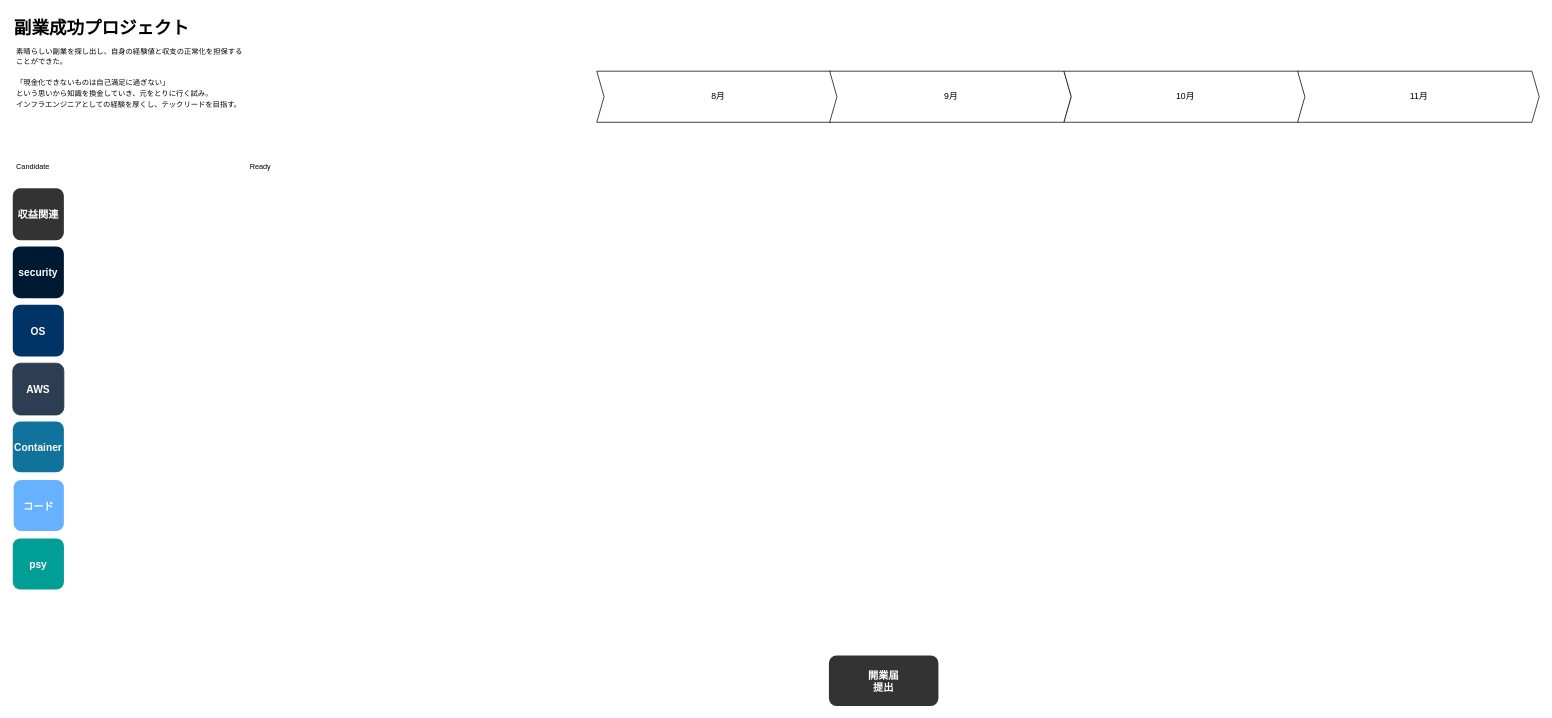
Above: page "2024year" (2 of 3) of life/life_202408.drawio in minegishirei/draw_v1 (draw.io), before the change. Source tidied: cells renumbered, new cells numbered last; positions are measured from the earlier drawing's top-left corner, leaving out a move shared by most shapes. Both pictures are drawn from the tidied source at 73%, with x=0, y=0 at pixel (12, 12).
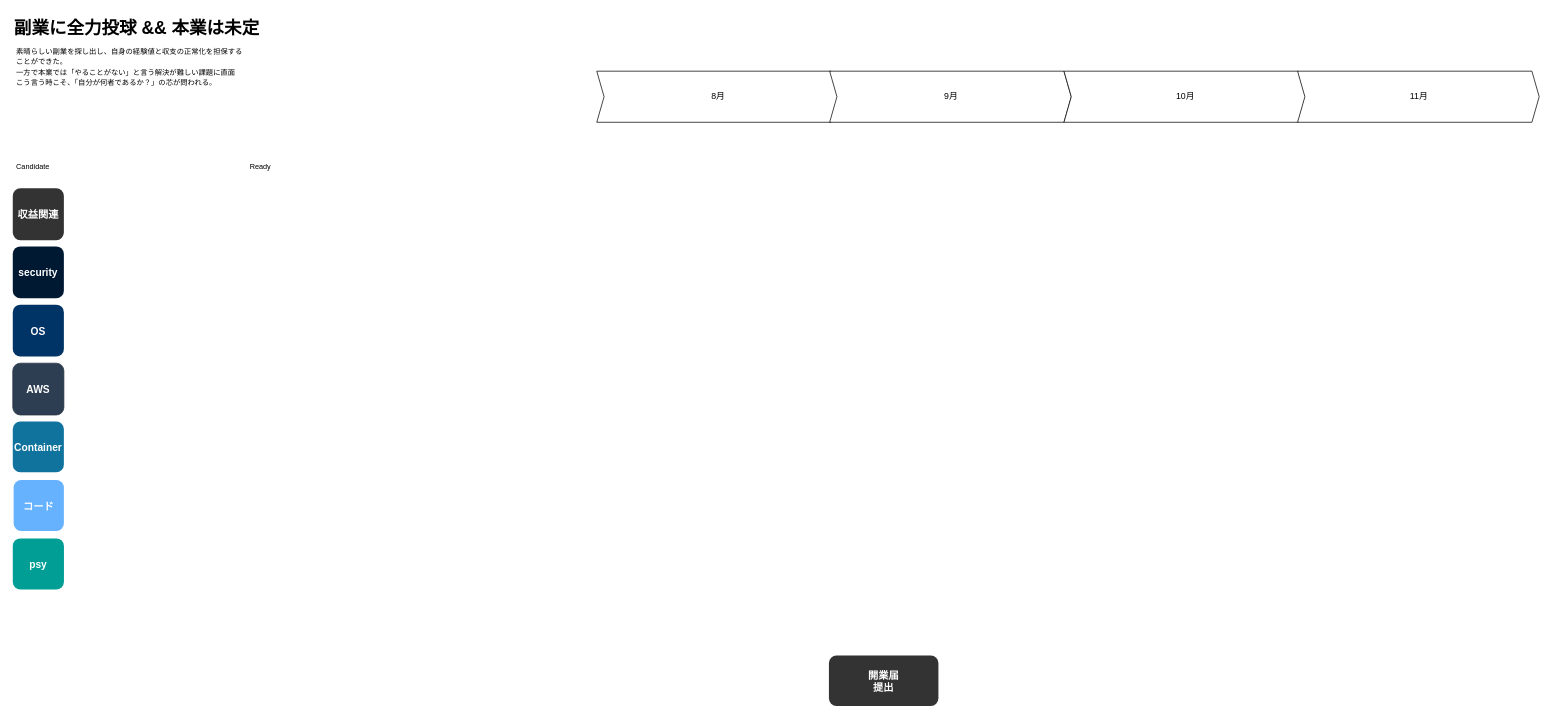
The same diagram, later.

Diff of the diagram source:
```diff
@@
 <mxGraphModel>
   <root>
     <mxCell id="0" />
     <mxCell id="1" parent="0" />
     <mxCell id="2" value="8月" style="html=1;shadow=0;dashed=0;align=center;verticalAlign=middle;shape=mxgraph.arrows2.arrow;dy=0;dx=10;notch=10;" parent="1" vertex="1">
       <mxGeometry x="800" y="80" width="331" height="70" as="geometry" />
     </mxCell>
     <mxCell id="3" value="9月" style="html=1;shadow=0;dashed=0;align=center;verticalAlign=middle;shape=mxgraph.arrows2.arrow;dy=0;dx=10;notch=10;" parent="1" vertex="1">
       <mxGeometry x="1119" y="80" width="331" height="70" as="geometry" />
     </mxCell>
     <mxCell id="4" value="10月" style="html=1;shadow=0;dashed=0;align=center;verticalAlign=middle;shape=mxgraph.arrows2.arrow;dy=0;dx=10;notch=10;" parent="1" vertex="1">
       <mxGeometry x="1440" y="80" width="331" height="70" as="geometry" />
     </mxCell>
     <mxCell id="5" value="11月" style="html=1;shadow=0;dashed=0;align=center;verticalAlign=middle;shape=mxgraph.arrows2.arrow;dy=0;dx=10;notch=10;" parent="1" vertex="1">
       <mxGeometry x="1760" y="80" width="331" height="70" as="geometry" />
     </mxCell>
     <mxCell id="6" value="Container" style="rounded=1;fillColor=#10739E;strokeColor=none;shadow=0;gradientColor=none;fontStyle=1;fontColor=#FFFFFF;fontSize=14;" parent="1" vertex="1">
       <mxGeometry y="560" width="70" height="69.5" as="geometry" />
     </mxCell>
-    <mxCell id="7" value="&lt;h1&gt;&lt;/h1&gt;&lt;span style=&quot;background-color: initial;&quot;&gt;&lt;div style=&quot;&quot;&gt;&lt;font size=&quot;1&quot;&gt;素晴らしい副業を探し出し、自身の経験値と収支の正常化を担保することができた。&lt;/font&gt;&lt;/div&gt;&lt;div style=&quot;&quot;&gt;&lt;font size=&quot;1&quot;&gt;&lt;br&gt;&lt;/font&gt;&lt;/div&gt;&lt;div style=&quot;&quot;&gt;&lt;span style=&quot;font-size: x-small; background-color: initial;&quot;&gt;「現金化できないものは自己満足に過ぎない」&lt;/span&gt;&lt;/div&gt;&lt;div style=&quot;&quot;&gt;&lt;span style=&quot;font-size: x-small; background-color: initial;&quot;&gt;という思いから&lt;/span&gt;&lt;span style=&quot;font-size: x-small; background-color: initial;&quot;&gt;知識を換金していき、元をとりに行く試み。&lt;/span&gt;&lt;/div&gt;&lt;div style=&quot;&quot;&gt;&lt;span style=&quot;font-size: x-small; background-color: initial;&quot;&gt;インフラエンジニアとしての経験を厚くし、テックリードを目指す。&lt;/span&gt;&lt;/div&gt;&lt;div style=&quot;&quot;&gt;&lt;span style=&quot;font-size: x-small; background-color: initial;&quot;&gt;&lt;br&gt;&lt;/span&gt;&lt;/div&gt;&lt;div style=&quot;&quot;&gt;&lt;span style=&quot;font-size: x-small; background-color: initial;&quot;&gt;&lt;br&gt;&lt;/span&gt;&lt;/div&gt;&lt;/span&gt;" style="text;html=1;strokeColor=none;fillColor=none;spacing=5;spacingTop=-20;whiteSpace=wrap;overflow=hidden;rounded=0;shadow=0;" parent="1" vertex="1">
+    <mxCell id="7" value="&lt;h1&gt;&lt;/h1&gt;&lt;span style=&quot;background-color: initial;&quot;&gt;&lt;div style=&quot;&quot;&gt;&lt;font size=&quot;1&quot;&gt;素晴らしい副業を探し出し、自身の経験値と収支の正常化を担保することができた。&lt;/font&gt;&lt;/div&gt;&lt;div style=&quot;&quot;&gt;&lt;font size=&quot;1&quot;&gt;一方で本業では「やることがない」と言う解決が難しい課題に直面&lt;/font&gt;&lt;/div&gt;&lt;div style=&quot;&quot;&gt;&lt;span style=&quot;font-size: x-small; background-color: initial;&quot;&gt;こう言う時こそ、「自分が何者であるか？」の芯が問われる。&lt;/span&gt;&lt;/div&gt;&lt;div style=&quot;&quot;&gt;&lt;span style=&quot;font-size: x-small; background-color: initial;&quot;&gt;&lt;br&gt;&lt;/span&gt;&lt;/div&gt;&lt;div style=&quot;&quot;&gt;&lt;span style=&quot;font-size: x-small; background-color: initial;&quot;&gt;&lt;br&gt;&lt;/span&gt;&lt;/div&gt;&lt;div style=&quot;&quot;&gt;&lt;span style=&quot;font-size: x-small; background-color: initial;&quot;&gt;&lt;br&gt;&lt;/span&gt;&lt;/div&gt;&lt;/span&gt;" style="text;html=1;strokeColor=none;fillColor=none;spacing=5;spacingTop=-20;whiteSpace=wrap;overflow=hidden;rounded=0;shadow=0;" parent="1" vertex="1">
       <mxGeometry y="40" width="320" height="130" as="geometry" />
     </mxCell>
-    <mxCell id="8" value="&lt;h1 style=&quot;margin-top: 0px;&quot;&gt;副業成功プロジェクト&lt;/h1&gt;" style="text;html=1;whiteSpace=wrap;overflow=hidden;rounded=0;" parent="1" vertex="1">
+    <mxCell id="8" value="&lt;h1 style=&quot;margin-top: 0px;&quot;&gt;副業に全力投球 &amp;amp;&amp;amp; 本業は未定&lt;/h1&gt;" style="text;html=1;whiteSpace=wrap;overflow=hidden;rounded=0;" parent="1" vertex="1">
       <mxGeometry width="760" height="40" as="geometry" />
     </mxCell>
     <mxCell id="9" value="psy" style="rounded=1;fillColor=#019E95;strokeColor=none;shadow=0;gradientColor=none;fontStyle=1;fontColor=#FFFFFF;fontSize=14;" parent="1" vertex="1">
       <mxGeometry y="720" width="70.1" height="70" as="geometry" />
     </mxCell>
     <mxCell id="10" value="&lt;h1&gt;&lt;/h1&gt;&lt;span style=&quot;background-color: initial;&quot;&gt;&lt;div style=&quot;&quot;&gt;&lt;font size=&quot;1&quot;&gt;Ready&lt;/font&gt;&lt;/div&gt;&lt;/span&gt;" style="text;html=1;strokeColor=none;fillColor=none;spacing=5;spacingTop=-20;whiteSpace=wrap;overflow=hidden;rounded=0;shadow=0;" parent="1" vertex="1">
       <mxGeometry x="320" y="198" width="320" height="41" as="geometry" />
     </mxCell>
     <mxCell id="11" value="&lt;h1&gt;&lt;/h1&gt;&lt;span style=&quot;background-color: initial;&quot;&gt;&lt;div style=&quot;&quot;&gt;&lt;font size=&quot;1&quot;&gt;Candidate&lt;/font&gt;&lt;/div&gt;&lt;/span&gt;" style="text;html=1;strokeColor=none;fillColor=none;spacing=5;spacingTop=-20;whiteSpace=wrap;overflow=hidden;rounded=0;shadow=0;" parent="1" vertex="1">
       <mxGeometry y="198" width="320" height="41" as="geometry" />
     </mxCell>
     <mxCell id="12" value="開業届&#10;提出" style="rounded=1;fillColor=#333333;strokeColor=none;shadow=0;gradientColor=none;fontStyle=1;fontColor=#FFFFFF;fontSize=14;" parent="1" vertex="1">
       <mxGeometry x="1118" y="880.5" width="150" height="69" as="geometry" />
     </mxCell>
     <mxCell id="13" value="コード" style="rounded=1;fillColor=#66B2FF;strokeColor=none;shadow=0;gradientColor=none;fontStyle=1;fontColor=#FFFFFF;fontSize=14;" parent="1" vertex="1">
       <mxGeometry x="1.2" y="640" width="68.8" height="70" as="geometry" />
     </mxCell>
     <mxCell id="14" value="収益関連" style="rounded=1;fillColor=#333333;strokeColor=none;shadow=0;gradientColor=none;fontStyle=1;fontColor=#FFFFFF;fontSize=14;" parent="1" vertex="1">
       <mxGeometry y="240.5" width="70" height="71" as="geometry" />
     </mxCell>
     <mxCell id="15" value="OS" style="rounded=1;fillColor=#003366;strokeColor=none;shadow=0;gradientColor=none;fontStyle=1;fontColor=#FFFFFF;fontSize=14;" parent="1" vertex="1">
       <mxGeometry y="399.8" width="70" height="71.2" as="geometry" />
     </mxCell>
     <mxCell id="16" value="AWS" style="rounded=1;fillColor=#2E3E52;strokeColor=#232F3E;shadow=0;gradientColor=none;fontStyle=1;fontColor=#FFFFFF;fontSize=14;" parent="1" vertex="1">
       <mxGeometry y="480" width="70" height="71" as="geometry" />
     </mxCell>
     <mxCell id="17" value="security" style="rounded=1;fillColor=#001933;strokeColor=none;shadow=0;gradientColor=none;fontStyle=1;fontColor=#FFFFFF;fontSize=14;" parent="1" vertex="1">
       <mxGeometry y="320" width="70" height="71.2" as="geometry" />
     </mxCell>
   </root>
 </mxGraphModel>
```
